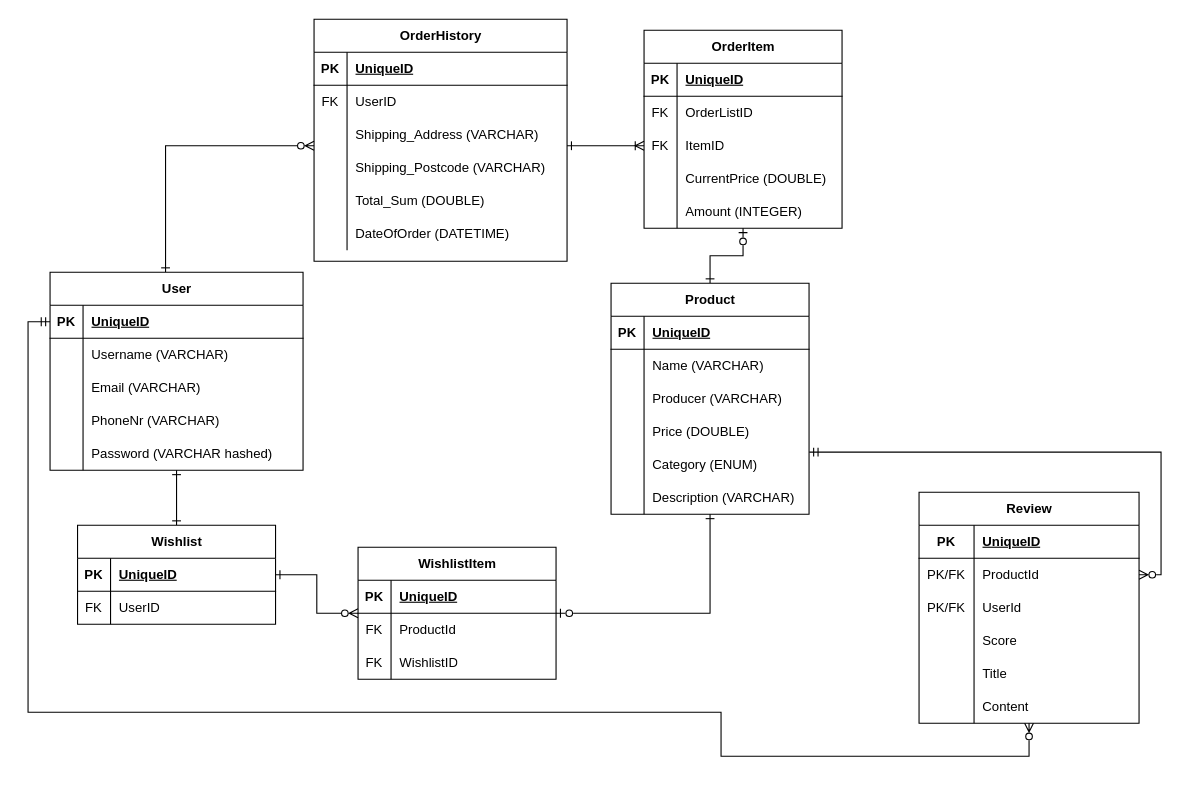
Above: Documentation/ER diagram.drawio in TheGrevling/Project-Marketplace-Backend (draw.io), before the change. Source tidied: cells renumbered, new cells numbered last; positions are measured from the earlier drawing's top-left corner, leaving out a move shared by most shapes. Both pictures are drawn from the tidied source at 110%, with x=0, y=0 at pixel (28, 19).
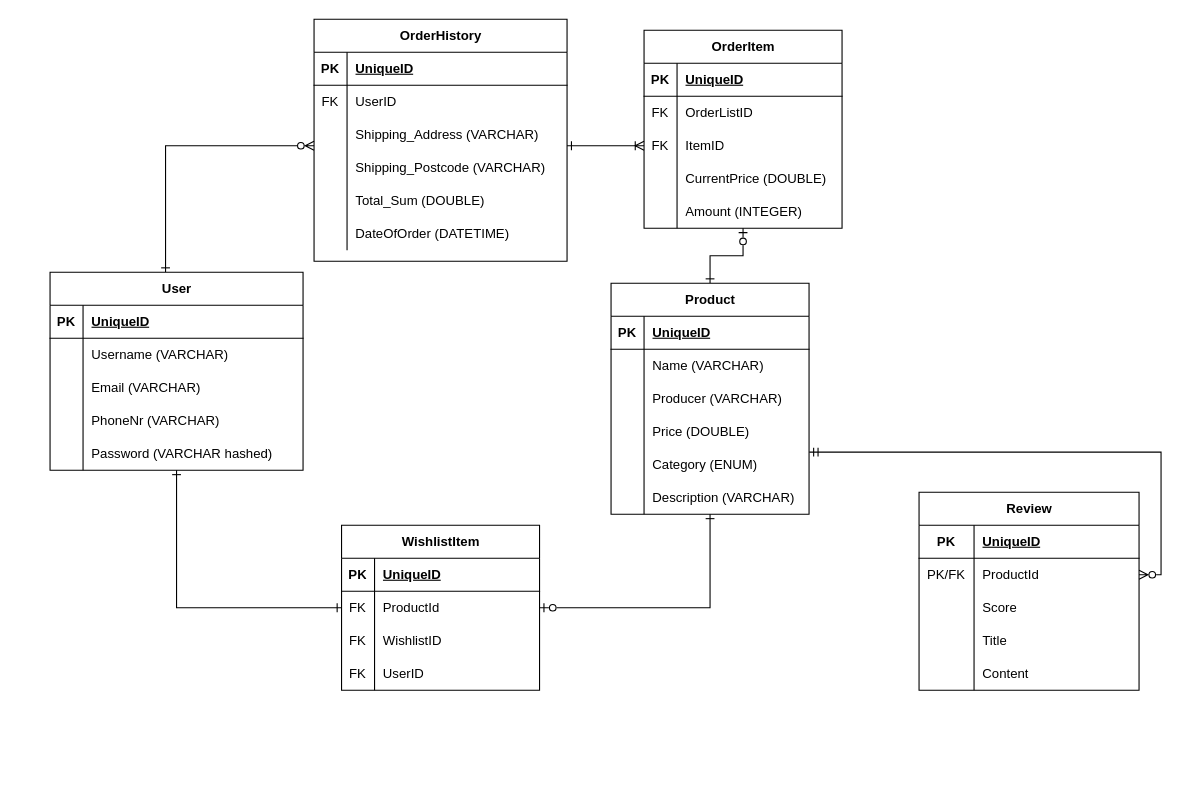
Above is the later version.

Unchanged cells that the change refers to:
```xml
<mxCell id="4" value="User" style="shape=table;startSize=30;childLayout=tableLayout;rowLines=0;fontStyle=1;align=center;html=1;" parent="1" vertex="1">
  <mxGeometry x="20" y="230" width="230" height="180" as="geometry" />
</mxCell>
<mxCell id="5" style="shape=tableRow;horizontal=0;startSize=0;swimlaneHead=0;swimlaneBody=0;fillColor=none;points=[[0,0.5],[1,0.5]];portConstraint=eastwest;top=0;left=0;right=0;bottom=1;" parent="4" vertex="1">
  <mxGeometry y="30" width="230" height="30" as="geometry" />
</mxCell>
<mxCell id="74" style="shape=tableRow;horizontal=0;startSize=0;swimlaneHead=0;swimlaneBody=0;fillColor=none;points=[[0,0.5],[1,0.5]];portConstraint=eastwest;top=0;left=0;right=0;bottom=0;" parent="70" vertex="1">
  <mxGeometry y="60" width="180" height="30" as="geometry" />
</mxCell>
```

What changed in the source:
```diff
@@
-    <mxCell id="3" style="edgeStyle=orthogonalEdgeStyle;rounded=0;jettySize=auto;html=1;startArrow=ERone;startFill=0;endArrow=ERone;endFill=0;" parent="1" edge="1" source="4" target="62">
+    <mxCell id="3" style="edgeStyle=orthogonalEdgeStyle;rounded=0;jettySize=auto;html=1;startArrow=ERone;startFill=0;endArrow=ERone;endFill=0;entryX=0;entryY=0.5;entryDx=0;entryDy=0;" parent="1" edge="1" source="4" target="74">
       <mxGeometry relative="1" as="geometry" />
     </mxCell>
@@
-    <mxCell id="61" style="edgeStyle=orthogonalEdgeStyle;rounded=0;jettySize=auto;html=1;startArrow=ERone;startFill=0;endArrow=ERzeroToMany;endFill=0;" parent="1" edge="1" source="62" target="70">
-      <mxGeometry relative="1" as="geometry" />
-    </mxCell>
-    <mxCell id="62" value="Wishlist" style="shape=table;startSize=30;childLayout=tableLayout;rowLines=0;fontStyle=1;align=center;html=1;" parent="1" vertex="1">
-      <mxGeometry x="45" y="460" width="180" height="90" as="geometry" />
-    </mxCell>
-    <mxCell id="63" style="shape=tableRow;horizontal=0;startSize=0;swimlaneHead=0;swimlaneBody=0;fillColor=none;top=0;left=0;right=0;bottom=1;" parent="62" vertex="1">
-      <mxGeometry y="30" width="180" height="30" as="geometry" />
-    </mxCell>
-    <mxCell id="64" value="PK" style="shape=partialRectangle;fillColor=none;top=0;left=0;bottom=0;right=0;fontStyle=1;overflow=hidden;whiteSpace=wrap;html=1;" parent="63" vertex="1">
-      <mxGeometry width="30" height="30" as="geometry" />
-    </mxCell>
-    <mxCell id="65" value="UniqueID" style="shape=partialRectangle;fillColor=none;top=0;left=0;bottom=0;right=0;align=left;spacingLeft=6;fontStyle=5;overflow=hidden;whiteSpace=wrap;html=1;" parent="63" vertex="1">
-      <mxGeometry x="30" width="150" height="30" as="geometry" />
-    </mxCell>
-    <mxCell id="66" style="shape=tableRow;horizontal=0;startSize=0;swimlaneHead=0;swimlaneBody=0;fillColor=none;top=0;left=0;right=0;bottom=0;" parent="62" vertex="1">
-      <mxGeometry y="60" width="180" height="30" as="geometry" />
-    </mxCell>
-    <mxCell id="67" value="FK" style="shape=partialRectangle;fillColor=none;top=0;left=0;bottom=0;right=0;overflow=hidden;whiteSpace=wrap;html=1;" parent="66" vertex="1">
-      <mxGeometry width="30" height="30" as="geometry" />
-    </mxCell>
-    <mxCell id="68" value="UserID" style="shape=partialRectangle;fillColor=none;top=0;left=0;bottom=0;right=0;align=left;spacingLeft=6;overflow=hidden;whiteSpace=wrap;html=1;" parent="66" vertex="1">
-      <mxGeometry x="30" width="150" height="30" as="geometry" />
-    </mxCell>
@@
     <mxCell id="70" value="WishlistItem" style="shape=table;startSize=30;childLayout=tableLayout;rowLines=0;fontStyle=1;align=center;html=1;" parent="1" vertex="1">
-      <mxGeometry x="300" y="480" width="180" height="120" as="geometry" />
+      <mxGeometry x="285" y="460" width="180" height="150" as="geometry" />
     </mxCell>
@@
+    <mxCell id="117" style="shape=tableRow;horizontal=0;startSize=0;swimlaneHead=0;swimlaneBody=0;fillColor=none;top=0;left=0;right=0;bottom=0;" parent="70" vertex="1">
+      <mxGeometry y="120" width="180" height="30" as="geometry" />
+    </mxCell>
+    <mxCell id="67" value="FK" style="shape=partialRectangle;fillColor=none;top=0;left=0;bottom=0;right=0;overflow=hidden;whiteSpace=wrap;html=1;" parent="117" vertex="1">
+      <mxGeometry width="30" height="30" as="geometry" />
+    </mxCell>
+    <mxCell id="68" value="UserID" style="shape=partialRectangle;fillColor=none;top=0;left=0;bottom=0;right=0;align=left;spacingLeft=6;overflow=hidden;whiteSpace=wrap;html=1;" parent="117" vertex="1">
+      <mxGeometry x="30" width="150" height="30" as="geometry" />
+    </mxCell>
@@
     <mxCell id="96" value="Review" style="shape=table;startSize=30;childLayout=tableLayout;rowLines=0;fontStyle=1;align=center;html=1;" parent="1" vertex="1">
-      <mxGeometry x="810" y="430" width="200" height="210" as="geometry" />
+      <mxGeometry x="810" y="430" width="200" height="180" as="geometry" />
     </mxCell>
@@
-    <mxCell id="103" style="shape=tableRow;horizontal=0;startSize=0;swimlaneHead=0;swimlaneBody=0;fillColor=none;top=0;left=0;right=0;bottom=0;" parent="96" vertex="1">
-      <mxGeometry y="90" width="200" height="30" as="geometry" />
-    </mxCell>
-    <mxCell id="104" value="PK/FK" style="shape=partialRectangle;fillColor=none;top=0;left=0;bottom=0;right=0;overflow=hidden;whiteSpace=wrap;html=1;" parent="103" vertex="1">
-      <mxGeometry width="50" height="30" as="geometry" />
-    </mxCell>
-    <mxCell id="105" value="UserId" style="shape=partialRectangle;fillColor=none;top=0;left=0;bottom=0;right=0;align=left;spacingLeft=6;overflow=hidden;whiteSpace=wrap;html=1;" parent="103" vertex="1">
-      <mxGeometry x="50" width="150" height="30" as="geometry" />
-    </mxCell>
     <mxCell id="106" style="shape=tableRow;horizontal=0;startSize=0;swimlaneHead=0;swimlaneBody=0;fillColor=none;top=0;left=0;right=0;bottom=0;" parent="96" vertex="1">
-      <mxGeometry y="120" width="200" height="30" as="geometry" />
+      <mxGeometry y="90" width="200" height="30" as="geometry" />
     </mxCell>
@@
     <mxCell id="109" style="shape=tableRow;horizontal=0;startSize=0;swimlaneHead=0;swimlaneBody=0;fillColor=none;top=0;left=0;right=0;bottom=0;" parent="96" vertex="1">
-      <mxGeometry y="150" width="200" height="30" as="geometry" />
+      <mxGeometry y="120" width="200" height="30" as="geometry" />
     </mxCell>
@@
     <mxCell id="112" style="shape=tableRow;horizontal=0;startSize=0;swimlaneHead=0;swimlaneBody=0;fillColor=none;points=[[0,0.5],[1,0.5]];portConstraint=eastwest;top=0;left=0;right=0;bottom=0;" parent="96" vertex="1">
-      <mxGeometry y="180" width="200" height="30" as="geometry" />
+      <mxGeometry y="150" width="200" height="30" as="geometry" />
     </mxCell>
@@
-    <mxCell id="116" style="edgeStyle=orthogonalEdgeStyle;rounded=0;jettySize=auto;html=1;entryX=0;entryY=0.5;entryDx=0;entryDy=0;endArrow=ERmandOne;endFill=0;startArrow=ERzeroToMany;startFill=0;" parent="1" edge="1" source="112" target="5">
-      <mxGeometry relative="1" as="geometry">
-        <Array as="points">
-          <mxPoint x="910" y="670" />
-          <mxPoint x="630" y="670" />
-          <mxPoint x="630" y="630" />
-          <mxPoint y="630" />
-          <mxPoint y="275" />
-        </Array>
-      </mxGeometry>
-    </mxCell>
```
